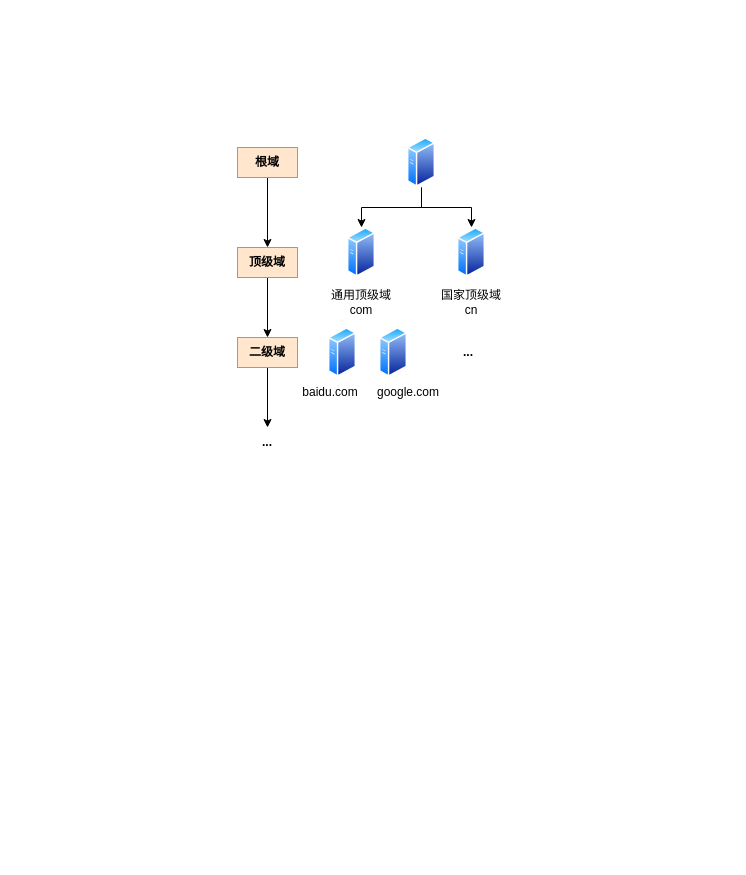
jayouths/drawio_Repository keeps this draw.io diagram as 计算机网络/DNS域名系统.drawio. Above is the earlier version. Source tidied: cells renumbered, new cells numbered last; positions are measured from the earlier drawing's top-left corner, leaving out a move shared by most shapes. Both pictures are drawn from the tidied source at 100%, with x=0, y=0 at pixel (237, 137).
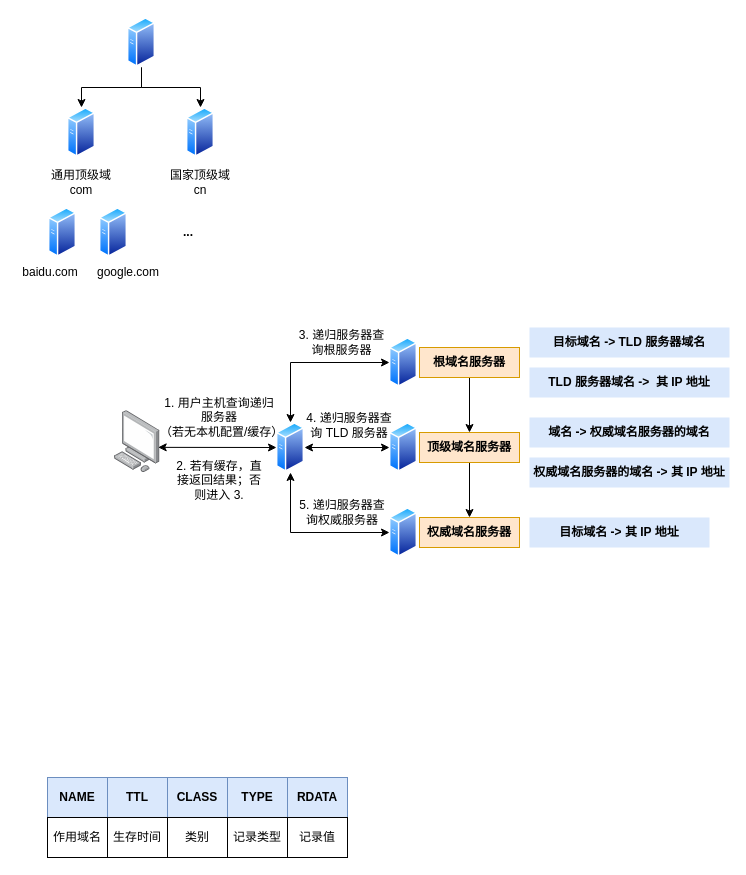
The same page after the edit.

What changed in the source:
```diff
@@
-    <mxCell id="2" style="group;" parent="1" vertex="1">
-      <mxGeometry width="267" height="320" as="geometry" />
-    </mxCell>
-    <mxCell id="3" style="edgeStyle=orthogonalEdgeStyle;rounded=0;jettySize=auto;html=1;exitX=0.5;exitY=1;exitDx=0;exitDy=0;entryX=0.5;entryY=0;entryDx=0;entryDy=0;" parent="2" edge="1" source="5" target="6">
+    <mxCell id="3" style="edgeStyle=orthogonalEdgeStyle;rounded=0;jettySize=auto;html=1;exitX=0.5;exitY=1;exitDx=0;exitDy=0;entryX=0.5;entryY=0;entryDx=0;entryDy=0;" parent="1" edge="1" source="5" target="6">
       <mxGeometry relative="1" as="geometry" />
     </mxCell>
-    <mxCell id="4" style="edgeStyle=orthogonalEdgeStyle;rounded=0;jettySize=auto;html=1;exitX=0.5;exitY=1;exitDx=0;exitDy=0;entryX=0.5;entryY=0;entryDx=0;entryDy=0;" parent="2" edge="1" source="5" target="7">
+    <mxCell id="4" style="edgeStyle=orthogonalEdgeStyle;rounded=0;jettySize=auto;html=1;exitX=0.5;exitY=1;exitDx=0;exitDy=0;entryX=0.5;entryY=0;entryDx=0;entryDy=0;" parent="1" edge="1" source="5" target="7">
       <mxGeometry relative="1" as="geometry" />
     </mxCell>
-    <mxCell id="5" style="image;perimeter=ellipsePerimeter;html=1;align=center;shadow=0;dashed=0;spacingTop=3;image=img/lib/active_directory/generic_server.svg;" parent="2" vertex="1">
-      <mxGeometry x="170" width="28" height="50" as="geometry" />
+    <mxCell id="5" style="image;perimeter=ellipsePerimeter;html=1;align=center;shadow=0;dashed=0;spacingTop=3;image=img/lib/active_directory/generic_server.svg;" parent="1" vertex="1">
+      <mxGeometry x="-110" y="-120" width="28" height="50" as="geometry" />
     </mxCell>
-    <mxCell id="6" style="image;perimeter=ellipsePerimeter;html=1;align=center;shadow=0;dashed=0;spacingTop=3;image=img/lib/active_directory/generic_server.svg;" parent="2" vertex="1">
-      <mxGeometry x="110" y="90" width="28" height="50" as="geometry" />
+    <mxCell id="6" style="image;perimeter=ellipsePerimeter;html=1;align=center;shadow=0;dashed=0;spacingTop=3;image=img/lib/active_directory/generic_server.svg;" parent="1" vertex="1">
+      <mxGeometry x="-170" y="-30" width="28" height="50" as="geometry" />
     </mxCell>
-    <mxCell id="7" style="image;perimeter=ellipsePerimeter;html=1;align=center;shadow=0;dashed=0;spacingTop=3;image=img/lib/active_directory/generic_server.svg;" parent="2" vertex="1">
-      <mxGeometry x="220" y="90" width="28" height="50" as="geometry" />
+    <mxCell id="7" style="image;perimeter=ellipsePerimeter;html=1;align=center;shadow=0;dashed=0;spacingTop=3;image=img/lib/active_directory/generic_server.svg;" parent="1" vertex="1">
+      <mxGeometry x="-51" y="-30" width="28" height="50" as="geometry" />
     </mxCell>
-    <mxCell id="8" style="edgeStyle=orthogonalEdgeStyle;rounded=0;jettySize=auto;html=1;" parent="2" edge="1" source="9" target="11">
-      <mxGeometry relative="1" as="geometry" />
-    </mxCell>
-    <mxCell id="9" value="根域" style="text;html=1;whiteSpace=wrap;strokeColor=#d79b00;fillColor=#ffe6cc;align=center;verticalAlign=middle;rounded=0;fontStyle=1;" parent="2" vertex="1">
-      <mxGeometry y="10" width="60" height="30" as="geometry" />
-    </mxCell>
-    <mxCell id="10" style="edgeStyle=orthogonalEdgeStyle;rounded=0;jettySize=auto;html=1;exitX=0.5;exitY=1;exitDx=0;exitDy=0;" parent="2" edge="1" source="11" target="13">
-      <mxGeometry relative="1" as="geometry" />
-    </mxCell>
-    <mxCell id="11" value="顶级域" style="text;html=1;whiteSpace=wrap;strokeColor=#d79b00;fillColor=#ffe6cc;align=center;verticalAlign=middle;rounded=0;fontStyle=1;" parent="2" vertex="1">
-      <mxGeometry y="110" width="60" height="30" as="geometry" />
-    </mxCell>
-    <mxCell id="12" style="edgeStyle=orthogonalEdgeStyle;rounded=0;jettySize=auto;html=1;exitX=0.5;exitY=1;exitDx=0;exitDy=0;" parent="2" edge="1" source="13" target="14">
-      <mxGeometry relative="1" as="geometry" />
-    </mxCell>
-    <mxCell id="13" value="二级域" style="text;html=1;whiteSpace=wrap;strokeColor=#d79b00;fillColor=#ffe6cc;align=center;verticalAlign=middle;rounded=0;fontStyle=1;" parent="2" vertex="1">
-      <mxGeometry y="200" width="60" height="30" as="geometry" />
-    </mxCell>
-    <mxCell id="14" value="..." style="text;html=1;whiteSpace=wrap;strokeColor=none;fillColor=none;align=center;verticalAlign=middle;rounded=0;fontStyle=1;" parent="2" vertex="1">
-      <mxGeometry y="290" width="60" height="30" as="geometry" />
-    </mxCell>
-    <mxCell id="15" value="通用顶级域&lt;div&gt;com&lt;/div&gt;" style="text;html=1;whiteSpace=wrap;strokeColor=none;fillColor=none;align=center;verticalAlign=middle;rounded=0;" parent="2" vertex="1">
-      <mxGeometry x="91" y="150" width="66" height="30" as="geometry" />
+    <mxCell id="15" value="通用顶级域&lt;div&gt;com&lt;/div&gt;" style="text;html=1;whiteSpace=wrap;strokeColor=none;fillColor=none;align=center;verticalAlign=middle;rounded=0;" parent="1" vertex="1">
+      <mxGeometry x="-189" y="30" width="66" height="30" as="geometry" />
     </mxCell>
-    <mxCell id="16" value="国家顶级域&lt;div&gt;cn&lt;/div&gt;" style="text;html=1;whiteSpace=wrap;strokeColor=none;fillColor=none;align=center;verticalAlign=middle;rounded=0;" parent="2" vertex="1">
-      <mxGeometry x="201" y="150" width="66" height="30" as="geometry" />
+    <mxCell id="16" value="国家顶级域&lt;div&gt;cn&lt;/div&gt;" style="text;html=1;whiteSpace=wrap;strokeColor=none;fillColor=none;align=center;verticalAlign=middle;rounded=0;" parent="1" vertex="1">
+      <mxGeometry x="-70" y="30" width="66" height="30" as="geometry" />
     </mxCell>
-    <mxCell id="17" style="image;perimeter=ellipsePerimeter;html=1;align=center;shadow=0;dashed=0;spacingTop=3;image=img/lib/active_directory/generic_server.svg;" parent="2" vertex="1">
-      <mxGeometry x="91" y="190" width="28" height="50" as="geometry" />
+    <mxCell id="17" style="image;perimeter=ellipsePerimeter;html=1;align=center;shadow=0;dashed=0;spacingTop=3;image=img/lib/active_directory/generic_server.svg;" parent="1" vertex="1">
+      <mxGeometry x="-189" y="70" width="28" height="50" as="geometry" />
     </mxCell>
-    <mxCell id="18" style="image;perimeter=ellipsePerimeter;html=1;align=center;shadow=0;dashed=0;spacingTop=3;image=img/lib/active_directory/generic_server.svg;" parent="2" vertex="1">
-      <mxGeometry x="142" y="190" width="28" height="50" as="geometry" />
+    <mxCell id="18" style="image;perimeter=ellipsePerimeter;html=1;align=center;shadow=0;dashed=0;spacingTop=3;image=img/lib/active_directory/generic_server.svg;" parent="1" vertex="1">
+      <mxGeometry x="-138" y="70" width="28" height="50" as="geometry" />
     </mxCell>
-    <mxCell id="19" value="baidu.com" style="text;html=1;whiteSpace=wrap;strokeColor=none;fillColor=none;align=center;verticalAlign=middle;rounded=0;" parent="2" vertex="1">
-      <mxGeometry x="60" y="240" width="66" height="30" as="geometry" />
+    <mxCell id="19" value="baidu.com" style="text;html=1;whiteSpace=wrap;strokeColor=none;fillColor=none;align=center;verticalAlign=middle;rounded=0;" parent="1" vertex="1">
+      <mxGeometry x="-220" y="120" width="66" height="30" as="geometry" />
     </mxCell>
-    <mxCell id="20" value="google.com" style="text;html=1;whiteSpace=wrap;strokeColor=none;fillColor=none;align=center;verticalAlign=middle;rounded=0;" parent="2" vertex="1">
-      <mxGeometry x="138" y="240" width="66" height="30" as="geometry" />
+    <mxCell id="20" value="google.com" style="text;html=1;whiteSpace=wrap;strokeColor=none;fillColor=none;align=center;verticalAlign=middle;rounded=0;" parent="1" vertex="1">
+      <mxGeometry x="-142" y="120" width="66" height="30" as="geometry" />
     </mxCell>
-    <mxCell id="21" value="&lt;b&gt;...&lt;/b&gt;" style="text;html=1;whiteSpace=wrap;strokeColor=none;fillColor=none;align=center;verticalAlign=middle;rounded=0;" parent="2" vertex="1">
-      <mxGeometry x="201" y="200" width="60" height="30" as="geometry" />
+    <mxCell id="21" value="&lt;b&gt;...&lt;/b&gt;" style="text;html=1;whiteSpace=wrap;strokeColor=none;fillColor=none;align=center;verticalAlign=middle;rounded=0;" parent="1" vertex="1">
+      <mxGeometry x="-79" y="80" width="60" height="30" as="geometry" />
     </mxCell>
+    <mxCell id="22" style="group;" parent="1" vertex="1">
+      <mxGeometry x="-190" y="640" width="300" height="80" as="geometry" />
+    </mxCell>
+    <mxCell id="23" style="rounded=0;whiteSpace=wrap;html=1;" parent="22" vertex="1">
+      <mxGeometry width="300" height="80" as="geometry" />
+    </mxCell>
+    <mxCell id="24" style="rounded=0;whiteSpace=wrap;html=1;" parent="22" vertex="1">
+      <mxGeometry width="300" height="40" as="geometry" />
+    </mxCell>
+    <mxCell id="25" value="NAME" style="rounded=0;whiteSpace=wrap;html=1;fillColor=#dae8fc;strokeColor=#6c8ebf;fontStyle=1;" parent="22" vertex="1">
+      <mxGeometry width="60" height="40" as="geometry" />
+    </mxCell>
+    <mxCell id="26" style="rounded=0;whiteSpace=wrap;html=1;" parent="22" vertex="1">
+      <mxGeometry y="40" width="300" height="40" as="geometry" />
+    </mxCell>
+    <mxCell id="27" value="CLASS" style="rounded=0;whiteSpace=wrap;html=1;fillColor=#dae8fc;strokeColor=#6c8ebf;fontStyle=1;" parent="22" vertex="1">
+      <mxGeometry x="120" width="60" height="40" as="geometry" />
+    </mxCell>
+    <mxCell id="28" value="TYPE" style="rounded=0;whiteSpace=wrap;html=1;fillColor=#dae8fc;strokeColor=#6c8ebf;fontStyle=1;" parent="22" vertex="1">
+      <mxGeometry x="180" width="60" height="40" as="geometry" />
+    </mxCell>
+    <mxCell id="29" value="TTL" style="rounded=0;whiteSpace=wrap;html=1;fillColor=#dae8fc;strokeColor=#6c8ebf;fontStyle=1;" parent="22" vertex="1">
+      <mxGeometry x="60" width="60" height="40" as="geometry" />
+    </mxCell>
+    <mxCell id="30" value="RDATA" style="rounded=0;whiteSpace=wrap;html=1;fillColor=#dae8fc;strokeColor=#6c8ebf;fontStyle=1;" parent="22" vertex="1">
+      <mxGeometry x="240" width="60" height="40" as="geometry" />
+    </mxCell>
+    <mxCell id="31" value="作用域名" style="rounded=0;whiteSpace=wrap;html=1;" parent="22" vertex="1">
+      <mxGeometry y="40" width="60" height="40" as="geometry" />
+    </mxCell>
+    <mxCell id="32" value="生存时间" style="rounded=0;whiteSpace=wrap;html=1;" parent="22" vertex="1">
+      <mxGeometry x="60" y="40" width="60" height="40" as="geometry" />
+    </mxCell>
+    <mxCell id="33" value="类别" style="rounded=0;whiteSpace=wrap;html=1;" parent="22" vertex="1">
+      <mxGeometry x="120" y="40" width="60" height="40" as="geometry" />
+    </mxCell>
+    <mxCell id="34" value="记录类型" style="rounded=0;whiteSpace=wrap;html=1;" parent="22" vertex="1">
+      <mxGeometry x="180" y="40" width="60" height="40" as="geometry" />
+    </mxCell>
+    <mxCell id="35" value="记录值" style="rounded=0;whiteSpace=wrap;html=1;" parent="22" vertex="1">
+      <mxGeometry x="240" y="40" width="60" height="40" as="geometry" />
+    </mxCell>
+    <mxCell id="36" style="group;" parent="1" vertex="1">
+      <mxGeometry x="-123" y="190" width="615" height="230" as="geometry" />
+    </mxCell>
+    <mxCell id="37" value="目标域名 -&amp;gt; TLD 服务器域名" style="text;html=1;whiteSpace=wrap;strokeColor=none;fillColor=#dae8fc;align=center;verticalAlign=middle;rounded=0;fontStyle=1;" parent="36" vertex="1">
+      <mxGeometry x="415" width="200" height="30" as="geometry" />
+    </mxCell>
+    <mxCell id="38" value="域名 -&amp;gt; 权威域名服务器的域名" style="text;html=1;whiteSpace=wrap;strokeColor=none;fillColor=#dae8fc;align=center;verticalAlign=middle;rounded=0;fontStyle=1;" parent="36" vertex="1">
+      <mxGeometry x="415" y="90" width="200" height="30" as="geometry" />
+    </mxCell>
+    <mxCell id="8" style="edgeStyle=orthogonalEdgeStyle;rounded=0;jettySize=auto;html=1;" parent="36" edge="1" source="9" target="11">
+      <mxGeometry relative="1" as="geometry" />
+    </mxCell>
+    <mxCell id="9" value="根域名服务器" style="text;html=1;whiteSpace=wrap;strokeColor=#d79b00;fillColor=#ffe6cc;align=center;verticalAlign=middle;rounded=0;fontStyle=1;" parent="36" vertex="1">
+      <mxGeometry x="305" y="20" width="100" height="30" as="geometry" />
+    </mxCell>
+    <mxCell id="10" style="edgeStyle=orthogonalEdgeStyle;rounded=0;jettySize=auto;html=1;exitX=0.5;exitY=1;exitDx=0;exitDy=0;" parent="36" edge="1" source="11" target="13">
+      <mxGeometry relative="1" as="geometry" />
+    </mxCell>
+    <mxCell id="11" value="顶级域名服务器" style="text;html=1;whiteSpace=wrap;strokeColor=#d79b00;fillColor=#ffe6cc;align=center;verticalAlign=middle;rounded=0;fontStyle=1;" parent="36" vertex="1">
+      <mxGeometry x="305" y="105" width="100" height="30" as="geometry" />
+    </mxCell>
+    <mxCell id="13" value="权威域名服务器" style="text;html=1;whiteSpace=wrap;strokeColor=#d79b00;fillColor=#ffe6cc;align=center;verticalAlign=middle;rounded=0;fontStyle=1;" parent="36" vertex="1">
+      <mxGeometry x="305" y="190" width="100" height="30" as="geometry" />
+    </mxCell>
+    <mxCell id="39" value="目标域名 -&amp;gt; 其 IP 地址" style="text;html=1;whiteSpace=wrap;strokeColor=none;fillColor=#dae8fc;align=center;verticalAlign=middle;rounded=0;fontStyle=1;" parent="36" vertex="1">
+      <mxGeometry x="415" y="190" width="180" height="30" as="geometry" />
+    </mxCell>
+    <mxCell id="40" style="image;perimeter=ellipsePerimeter;html=1;align=center;shadow=0;dashed=0;spacingTop=3;image=img/lib/active_directory/generic_server.svg;" parent="36" vertex="1">
+      <mxGeometry x="275" y="10" width="28" height="50" as="geometry" />
+    </mxCell>
+    <mxCell id="41" style="image;perimeter=ellipsePerimeter;html=1;align=center;shadow=0;dashed=0;spacingTop=3;image=img/lib/active_directory/generic_server.svg;" parent="36" vertex="1">
+      <mxGeometry x="275" y="95" width="28" height="50" as="geometry" />
+    </mxCell>
+    <mxCell id="42" style="image;perimeter=ellipsePerimeter;html=1;align=center;shadow=0;dashed=0;spacingTop=3;image=img/lib/active_directory/generic_server.svg;" parent="36" vertex="1">
+      <mxGeometry x="275" y="180" width="28" height="50" as="geometry" />
+    </mxCell>
+    <mxCell id="43" style="image;perimeter=ellipsePerimeter;html=1;align=center;shadow=0;dashed=0;spacingTop=3;image=img/lib/active_directory/generic_server.svg;" parent="36" vertex="1">
+      <mxGeometry x="162" y="95" width="28" height="50" as="geometry" />
+    </mxCell>
+    <mxCell id="44" style="image;points=[];html=1;align=center;shadow=0;dashed=0;image=img/lib/allied_telesis/computer_and_terminals/Personal_Computer.svg;" parent="36" vertex="1">
+      <mxGeometry y="83.2" width="45.6" height="61.8" as="geometry" />
+    </mxCell>
+    <mxCell id="45" style="endArrow=classic;startArrow=classic;html=1;rounded=0;entryX=0;entryY=0.5;entryDx=0;entryDy=0;exitX=0.5;exitY=0;exitDx=0;exitDy=0;edgeStyle=orthogonalEdgeStyle;" parent="36" edge="1" source="43" target="40">
+      <mxGeometry relative="1" as="geometry" />
+    </mxCell>
+    <mxCell id="46" style="endArrow=classic;startArrow=classic;html=1;rounded=0;exitX=0.958;exitY=0.593;exitDx=0;exitDy=0;exitPerimeter=0;entryX=0;entryY=0.5;entryDx=0;entryDy=0;" parent="36" edge="1" source="44" target="43">
+      <mxGeometry relative="1" as="geometry" />
+    </mxCell>
+    <mxCell id="47" style="endArrow=classic;startArrow=classic;html=1;rounded=0;exitX=1;exitY=0.5;exitDx=0;exitDy=0;entryX=0;entryY=0.5;entryDx=0;entryDy=0;" parent="36" edge="1" source="43" target="41">
+      <mxGeometry relative="1" as="geometry" />
+    </mxCell>
+    <mxCell id="48" style="endArrow=classic;startArrow=classic;html=1;rounded=0;entryX=0;entryY=0.5;entryDx=0;entryDy=0;exitX=0.5;exitY=1;exitDx=0;exitDy=0;edgeStyle=orthogonalEdgeStyle;" parent="36" edge="1" source="43" target="42">
+      <mxGeometry relative="1" as="geometry" />
+    </mxCell>
+    <mxCell id="49" value="1. 用户主机查询递归服务器&lt;div&gt;（若无本机配置/缓存）&lt;/div&gt;" style="text;html=1;whiteSpace=wrap;strokeColor=none;fillColor=none;align=center;verticalAlign=middle;rounded=0;" parent="36" vertex="1">
+      <mxGeometry x="45" y="75" width="120" height="30" as="geometry" />
+    </mxCell>
+    <mxCell id="50" value="3. 递归服务器查询根服务器" style="text;html=1;whiteSpace=wrap;strokeColor=none;fillColor=none;align=center;verticalAlign=middle;rounded=0;" parent="36" vertex="1">
+      <mxGeometry x="180" width="95" height="30" as="geometry" />
+    </mxCell>
+    <mxCell id="51" value="4. 递归服务器查询 TLD 服务器" style="text;html=1;whiteSpace=wrap;strokeColor=none;fillColor=none;align=center;verticalAlign=middle;rounded=0;" parent="36" vertex="1">
+      <mxGeometry x="190" y="83.2" width="90" height="30" as="geometry" />
+    </mxCell>
+    <mxCell id="52" value="5. 递归服务器查询权威服务器" style="text;html=1;whiteSpace=wrap;strokeColor=none;fillColor=none;align=center;verticalAlign=middle;rounded=0;" parent="36" vertex="1">
+      <mxGeometry x="182.5" y="170" width="90" height="30" as="geometry" />
+    </mxCell>
+    <mxCell id="53" value="2. 若有缓存，直接返回结果；否则进入 3.&lt;div&gt;&lt;br&gt;&lt;/div&gt;" style="text;html=1;whiteSpace=wrap;strokeColor=none;fillColor=none;align=center;verticalAlign=middle;rounded=0;" parent="36" vertex="1">
+      <mxGeometry x="60" y="145" width="90" height="30" as="geometry" />
+    </mxCell>
+    <mxCell id="54" value="TLD 服务器域名 -&amp;gt;&amp;nbsp; 其 IP 地址" style="text;html=1;whiteSpace=wrap;strokeColor=none;fillColor=#dae8fc;align=center;verticalAlign=middle;rounded=0;fontStyle=1;" parent="36" vertex="1">
+      <mxGeometry x="415" y="40" width="200" height="30" as="geometry" />
+    </mxCell>
+    <mxCell id="55" value="权威域名服务器的域名 -&amp;gt; 其 IP 地址" style="text;html=1;whiteSpace=wrap;strokeColor=none;fillColor=#dae8fc;align=center;verticalAlign=middle;rounded=0;fontStyle=1;" parent="36" vertex="1">
+      <mxGeometry x="415" y="130" width="200" height="30" as="geometry" />
+    </mxCell>
```
